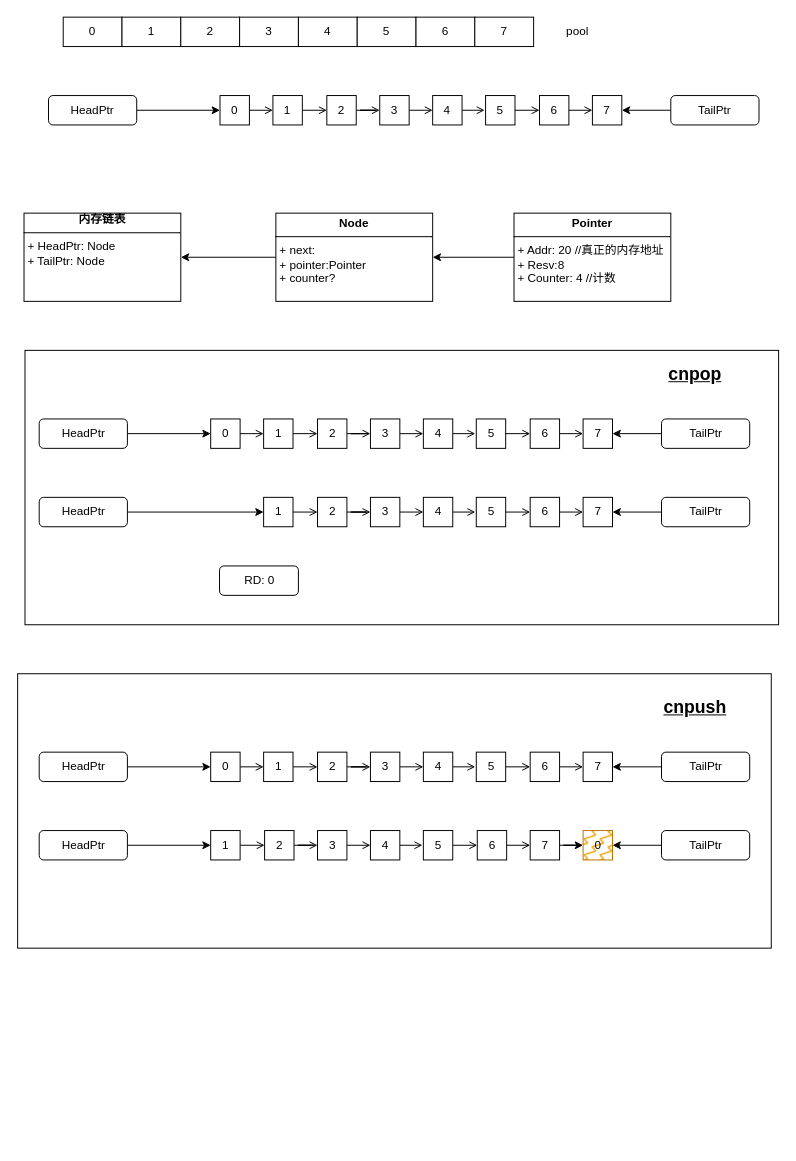
The draw.io diagram page "内存链表" (2 of 4) of qtv2.drawio in joliet0l/Diagram, before the edit. Source tidied: cells renumbered, new cells numbered last; positions are measured from the earlier drawing's top-left corner, leaving out a move shared by most shapes. Both pictures are drawn from the tidied source at 98%, with x=0, y=0 at pixel (18, 17).
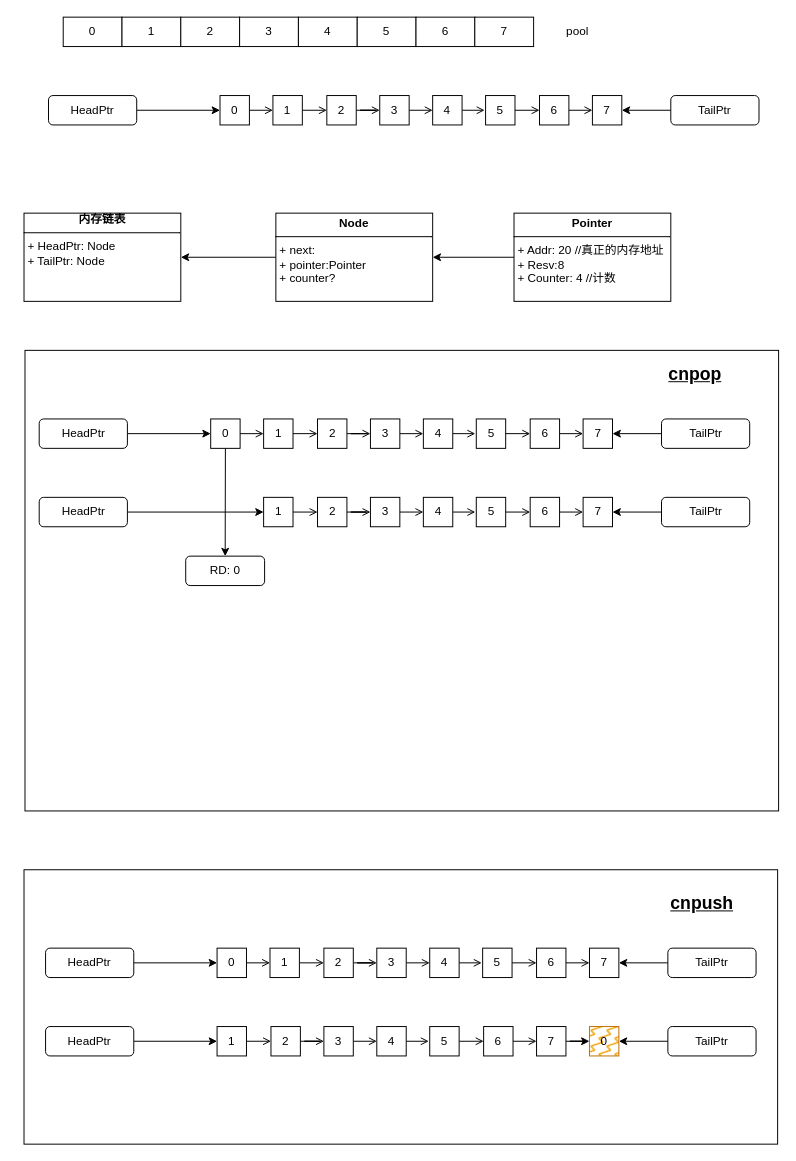
Above is the later version.

The change refers to these unchanged cells:
```xml
<mxCell id="39" value="0" style="whiteSpace=wrap;html=1;" parent="1" vertex="1">
  <mxGeometry x="196.5" y="410" width="30" height="30" as="geometry" />
</mxCell>
```

Diff of the diagram source:
```diff
@@
-    <mxCell id="2" style="rounded=0;whiteSpace=wrap;html=1;" parent="1" vertex="1">
-      <mxGeometry x="7" y="340" width="769" height="280" as="geometry" />
+    <mxCell id="2" style="rounded=0;whiteSpace=wrap;html=1;fillColor=none;" parent="1" vertex="1">
+      <mxGeometry x="7" y="340" width="769" height="470" as="geometry" />
     </mxCell>
@@
+    <mxCell id="116" style="rounded=0;jettySize=auto;html=1;exitX=0.5;exitY=1;exitDx=0;exitDy=0;jumpStyle=arc;" parent="1" edge="1" source="39" target="74">
+      <mxGeometry relative="1" as="geometry" />
+    </mxCell>
@@
     <mxCell id="74" value="RD: 0" style="rounded=1;whiteSpace=wrap;html=1;" parent="1" vertex="1">
-      <mxGeometry x="205.5" y="560" width="80.5" height="30" as="geometry" />
+      <mxGeometry x="171" y="550" width="80.5" height="30" as="geometry" />
     </mxCell>
@@
     <mxCell id="76" style="rounded=0;whiteSpace=wrap;html=1;" parent="1" vertex="1">
-      <mxGeometry x="-0.5" y="670" width="769" height="280" as="geometry" />
+      <mxGeometry x="6" y="870" width="769" height="280" as="geometry" />
     </mxCell>
@@
     <mxCell id="78" value="0" style="whiteSpace=wrap;html=1;" parent="1" vertex="1">
-      <mxGeometry x="196.5" y="750" width="30" height="30" as="geometry" />
+      <mxGeometry x="203" y="950" width="30" height="30" as="geometry" />
     </mxCell>
@@
     <mxCell id="80" value="1" style="whiteSpace=wrap;html=1;" parent="1" vertex="1">
-      <mxGeometry x="250.5" y="750" width="30" height="30" as="geometry" />
+      <mxGeometry x="257" y="950" width="30" height="30" as="geometry" />
     </mxCell>
@@
     <mxCell id="82" value="2" style="whiteSpace=wrap;html=1;" parent="1" vertex="1">
-      <mxGeometry x="305.5" y="750" width="30" height="30" as="geometry" />
+      <mxGeometry x="312" y="950" width="30" height="30" as="geometry" />
     </mxCell>
@@
     <mxCell id="84" value="3" style="whiteSpace=wrap;html=1;" parent="1" vertex="1">
-      <mxGeometry x="359.5" y="750" width="30" height="30" as="geometry" />
+      <mxGeometry x="366" y="950" width="30" height="30" as="geometry" />
     </mxCell>
     <mxCell id="85" style="edgeStyle=orthogonalEdgeStyle;rounded=0;jettySize=auto;html=1;exitX=1;exitY=0.5;exitDx=0;exitDy=0;endArrow=open;endFill=0;" parent="1" edge="1" source="86">
       <mxGeometry relative="1" as="geometry">
-        <mxPoint x="466.5" y="765.3" as="targetPoint" />
+        <mxPoint x="473" y="965.3" as="targetPoint" />
       </mxGeometry>
     </mxCell>
     <mxCell id="86" value="4" style="whiteSpace=wrap;html=1;" parent="1" vertex="1">
-      <mxGeometry x="413.5" y="750" width="30" height="30" as="geometry" />
+      <mxGeometry x="420" y="950" width="30" height="30" as="geometry" />
     </mxCell>
@@
     <mxCell id="88" value="5" style="whiteSpace=wrap;html=1;" parent="1" vertex="1">
-      <mxGeometry x="467.5" y="750" width="30" height="30" as="geometry" />
+      <mxGeometry x="474" y="950" width="30" height="30" as="geometry" />
     </mxCell>
@@
     <mxCell id="90" value="6" style="whiteSpace=wrap;html=1;" parent="1" vertex="1">
-      <mxGeometry x="522.5" y="750" width="30" height="30" as="geometry" />
+      <mxGeometry x="529" y="950" width="30" height="30" as="geometry" />
     </mxCell>
     <mxCell id="91" value="7" style="whiteSpace=wrap;html=1;" parent="1" vertex="1">
-      <mxGeometry x="576.5" y="750" width="30" height="30" as="geometry" />
+      <mxGeometry x="583" y="950" width="30" height="30" as="geometry" />
     </mxCell>
@@
     <mxCell id="93" value="HeadPtr" style="rounded=1;whiteSpace=wrap;html=1;" parent="1" vertex="1">
-      <mxGeometry x="21.5" y="750" width="90" height="30" as="geometry" />
+      <mxGeometry x="28" y="950" width="90" height="30" as="geometry" />
     </mxCell>
@@
     <mxCell id="95" value="TailPtr" style="rounded=1;whiteSpace=wrap;html=1;" parent="1" vertex="1">
-      <mxGeometry x="656.5" y="750" width="90" height="30" as="geometry" />
+      <mxGeometry x="663" y="950" width="90" height="30" as="geometry" />
     </mxCell>
@@
     <mxCell id="97" value="1" style="whiteSpace=wrap;html=1;" parent="1" vertex="1">
-      <mxGeometry x="196.5" y="830" width="30" height="30" as="geometry" />
+      <mxGeometry x="203" y="1030" width="30" height="30" as="geometry" />
     </mxCell>
@@
     <mxCell id="99" value="2" style="whiteSpace=wrap;html=1;" parent="1" vertex="1">
-      <mxGeometry x="251.5" y="830" width="30" height="30" as="geometry" />
+      <mxGeometry x="258" y="1030" width="30" height="30" as="geometry" />
     </mxCell>
@@
     <mxCell id="101" value="3" style="whiteSpace=wrap;html=1;" parent="1" vertex="1">
-      <mxGeometry x="305.5" y="830" width="30" height="30" as="geometry" />
+      <mxGeometry x="312" y="1030" width="30" height="30" as="geometry" />
     </mxCell>
     <mxCell id="102" style="edgeStyle=orthogonalEdgeStyle;rounded=0;jettySize=auto;html=1;exitX=1;exitY=0.5;exitDx=0;exitDy=0;endArrow=open;endFill=0;" parent="1" edge="1" source="103">
       <mxGeometry relative="1" as="geometry">
-        <mxPoint x="412.5" y="845.3" as="targetPoint" />
+        <mxPoint x="419" y="1045.3" as="targetPoint" />
       </mxGeometry>
     </mxCell>
     <mxCell id="103" value="4" style="whiteSpace=wrap;html=1;" parent="1" vertex="1">
-      <mxGeometry x="359.5" y="830" width="30" height="30" as="geometry" />
+      <mxGeometry x="366" y="1030" width="30" height="30" as="geometry" />
     </mxCell>
@@
     <mxCell id="105" value="5" style="whiteSpace=wrap;html=1;" parent="1" vertex="1">
-      <mxGeometry x="413.5" y="830" width="30" height="30" as="geometry" />
+      <mxGeometry x="420" y="1030" width="30" height="30" as="geometry" />
     </mxCell>
@@
     <mxCell id="107" value="6" style="whiteSpace=wrap;html=1;" parent="1" vertex="1">
-      <mxGeometry x="468.5" y="830" width="30" height="30" as="geometry" />
+      <mxGeometry x="475" y="1030" width="30" height="30" as="geometry" />
     </mxCell>
@@
     <mxCell id="109" value="7" style="whiteSpace=wrap;html=1;" parent="1" vertex="1">
-      <mxGeometry x="522.5" y="830" width="30" height="30" as="geometry" />
+      <mxGeometry x="529" y="1030" width="30" height="30" as="geometry" />
     </mxCell>
@@
     <mxCell id="111" value="HeadPtr" style="rounded=1;whiteSpace=wrap;html=1;" parent="1" vertex="1">
-      <mxGeometry x="21.5" y="830" width="90" height="30" as="geometry" />
+      <mxGeometry x="28" y="1030" width="90" height="30" as="geometry" />
     </mxCell>
@@
     <mxCell id="113" value="TailPtr" style="rounded=1;whiteSpace=wrap;html=1;" parent="1" vertex="1">
-      <mxGeometry x="656.5" y="830" width="90" height="30" as="geometry" />
+      <mxGeometry x="663" y="1030" width="90" height="30" as="geometry" />
     </mxCell>
     <mxCell id="114" value="&lt;font style=&quot;font-size: 18px;&quot;&gt;&lt;b&gt;&lt;u&gt;cnpush&lt;/u&gt;&lt;/b&gt;&lt;/font&gt;" style="text;html=1;align=center;verticalAlign=middle;whiteSpace=wrap;rounded=0;" parent="1" vertex="1">
-      <mxGeometry x="626" y="690" width="130" height="30" as="geometry" />
+      <mxGeometry x="632.5" y="890" width="130" height="30" as="geometry" />
     </mxCell>
     <mxCell id="115" value="0" style="whiteSpace=wrap;html=1;fillStyle=zigzag-line;fillColor=#f0a30a;fontColor=#000000;strokeColor=#BD7000;" parent="1" vertex="1">
-      <mxGeometry x="576.5" y="830" width="30" height="30" as="geometry" />
+      <mxGeometry x="583" y="1030" width="30" height="30" as="geometry" />
     </mxCell>
```
